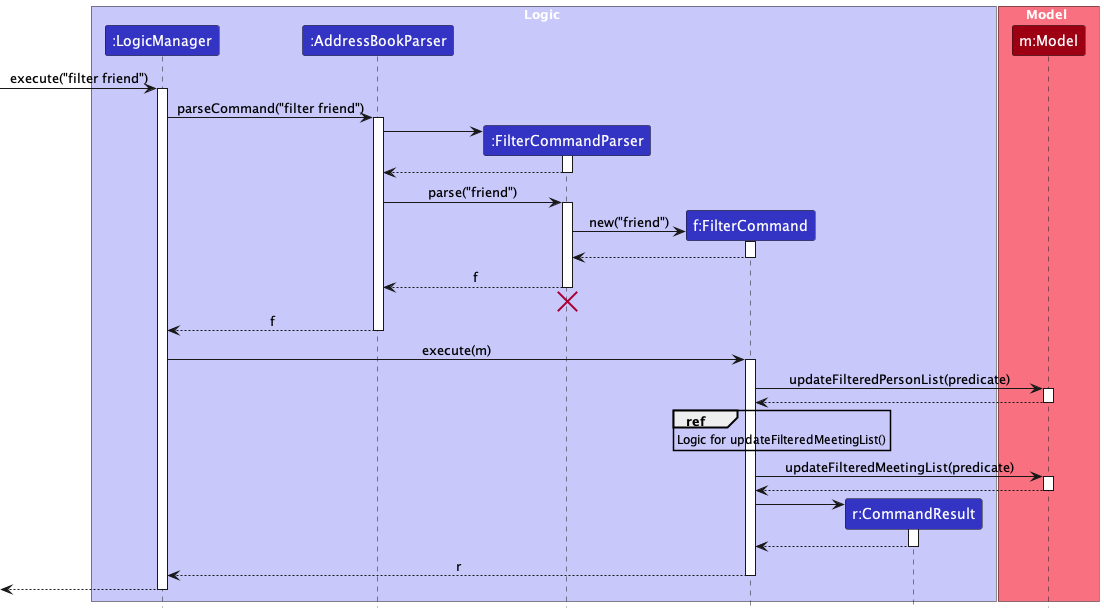
Before: docs/images/FilterSequenceDiagram.png, a diagram exported from PlantUML (sethteo/tp). Source of this version:
```plantuml
@startuml
!include style.puml
skinparam ArrowFontStyle plain

box Logic LOGIC_COLOR_T1
participant ":LogicManager" as LogicManager LOGIC_COLOR
participant ":AddressBookParser" as AddressBookParser LOGIC_COLOR
participant ":FilterCommandParser" as FilterCommandParser LOGIC_COLOR
participant "f:FilterCommand" as FilterCommand LOGIC_COLOR
participant "r:CommandResult" as CommandResult LOGIC_COLOR
end box

box Model MODEL_COLOR_T1
participant "m:Model" as Model MODEL_COLOR
end box

[-> LogicManager : execute("filter friend")
activate LogicManager

LogicManager -> AddressBookParser : parseCommand("filter friend")
activate AddressBookParser

create FilterCommandParser
AddressBookParser -> FilterCommandParser
activate FilterCommandParser

FilterCommandParser --> AddressBookParser
deactivate FilterCommandParser

AddressBookParser -> FilterCommandParser : parse("friend")
activate FilterCommandParser

create FilterCommand
FilterCommandParser -> FilterCommand : new("friend")
activate FilterCommand

FilterCommand --> FilterCommandParser :
deactivate FilterCommand

FilterCommandParser --> AddressBookParser : f
deactivate FilterCommandParser
FilterCommandParser -[hidden]-> AddressBookParser
destroy FilterCommandParser

AddressBookParser --> LogicManager : f
deactivate AddressBookParser

LogicManager -> FilterCommand : execute(m)
activate FilterCommand

FilterCommand -> Model : updateFilteredPersonList(predicate)


activate Model
Model --> FilterCommand
deactivate Model

ref over FilterCommand
Logic for updateFilteredMeetingList()
end ref

FilterCommand -> Model : updateFilteredMeetingList(predicate)

activate Model

Model --> FilterCommand
deactivate Model

create CommandResult
FilterCommand -> CommandResult
activate CommandResult

CommandResult --> FilterCommand
deactivate CommandResult

FilterCommand --> LogicManager : r
deactivate FilterCommand

[<--LogicManager
deactivate LogicManager
@enduml
```
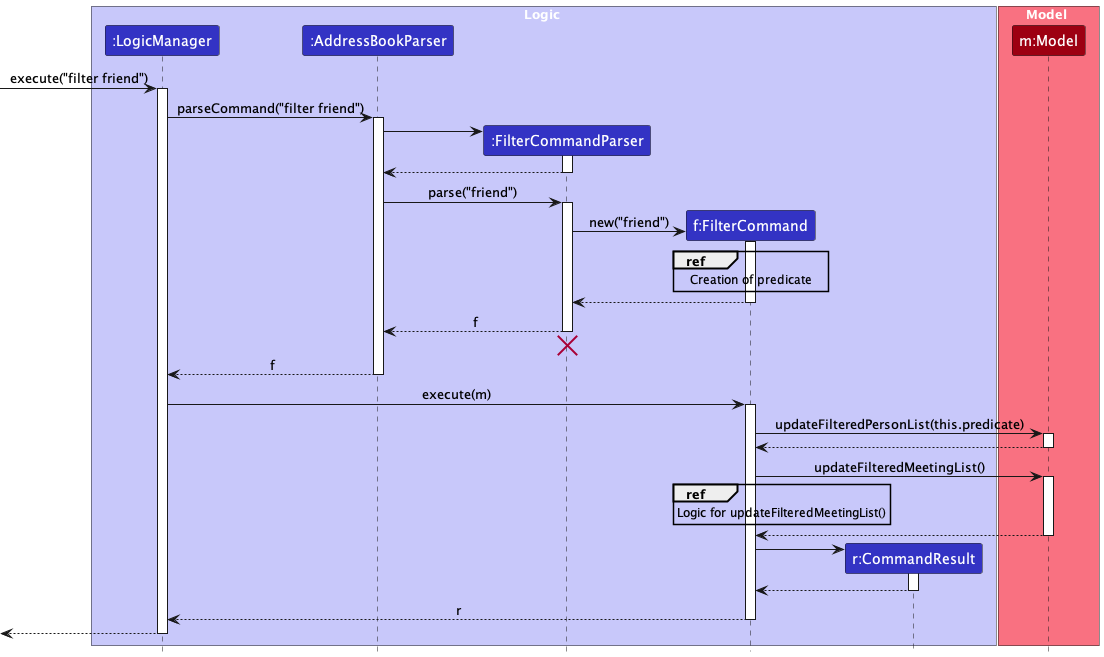
After the commit.

Commit message:
Update filter sequence diagram

What changed in the source:
```diff
@@ -32,6 +32,9 @@
 
 create FilterCommand
 FilterCommandParser -> FilterCommand : new("friend")
+ref over FilterCommand
+Creation of predicate
+end ref
 activate FilterCommand
 
 FilterCommand --> FilterCommandParser :
@@ -48,21 +51,21 @@
 LogicManager -> FilterCommand : execute(m)
 activate FilterCommand
 
-FilterCommand -> Model : updateFilteredPersonList(predicate)
+FilterCommand -> Model : updateFilteredPersonList(this.predicate)
 
 
 activate Model
 Model --> FilterCommand
 deactivate Model
 
+
+
+FilterCommand -> Model : updateFilteredMeetingList()
+
+activate Model
 ref over FilterCommand
 Logic for updateFilteredMeetingList()
 end ref
-
-FilterCommand -> Model : updateFilteredMeetingList(predicate)
-
-activate Model
-
 Model --> FilterCommand
 deactivate Model
 
```
